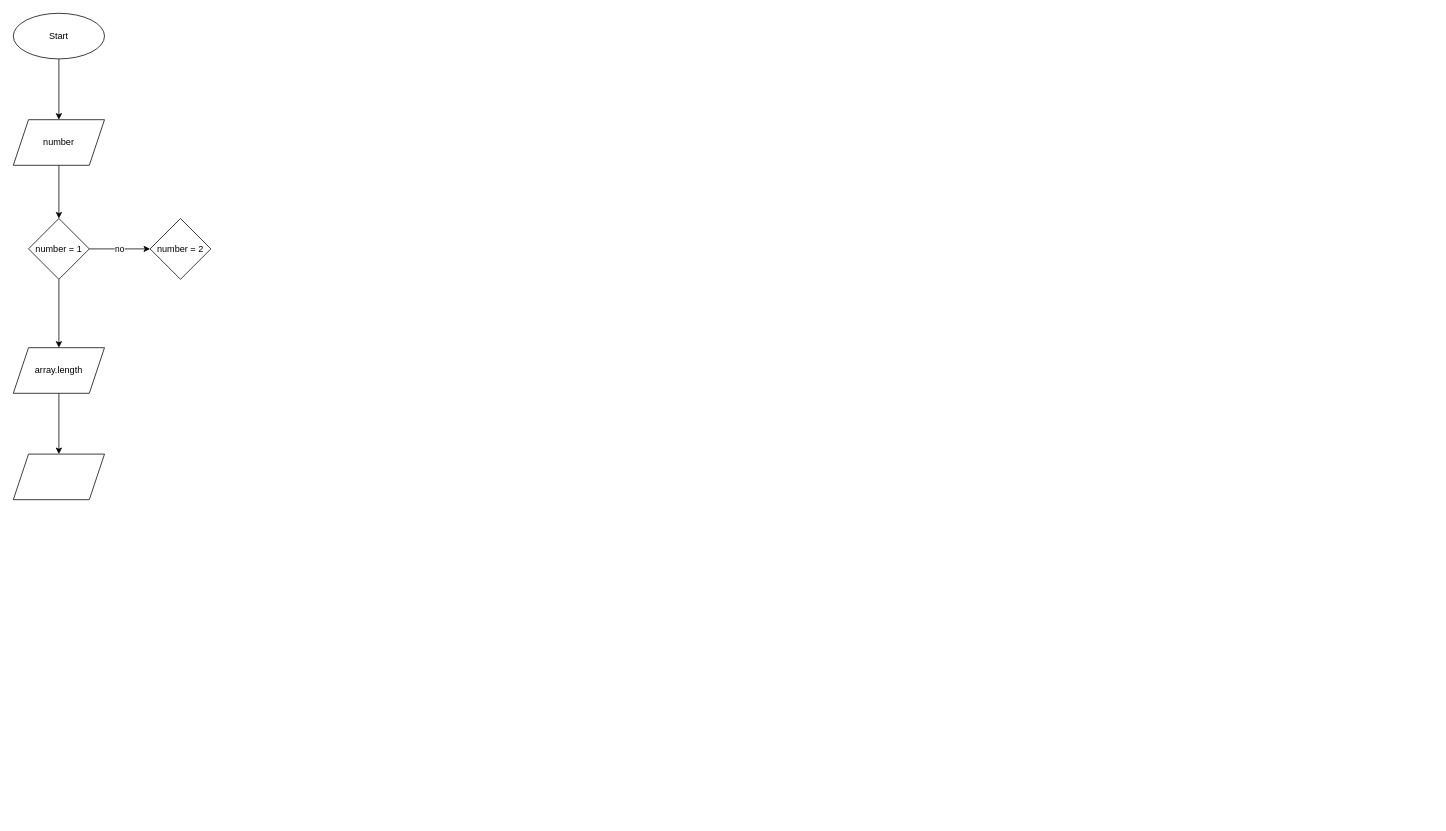
Above: task/flowchart.drawio in Fostix/FinalTestWork. (draw.io), before the change. Source tidied: cells renumbered, new cells numbered last; positions are measured from the earlier drawing's top-left corner, leaving out a move shared by most shapes. Both pictures are drawn from the tidied source at 76%, with x=0, y=0 at pixel (13, 13).
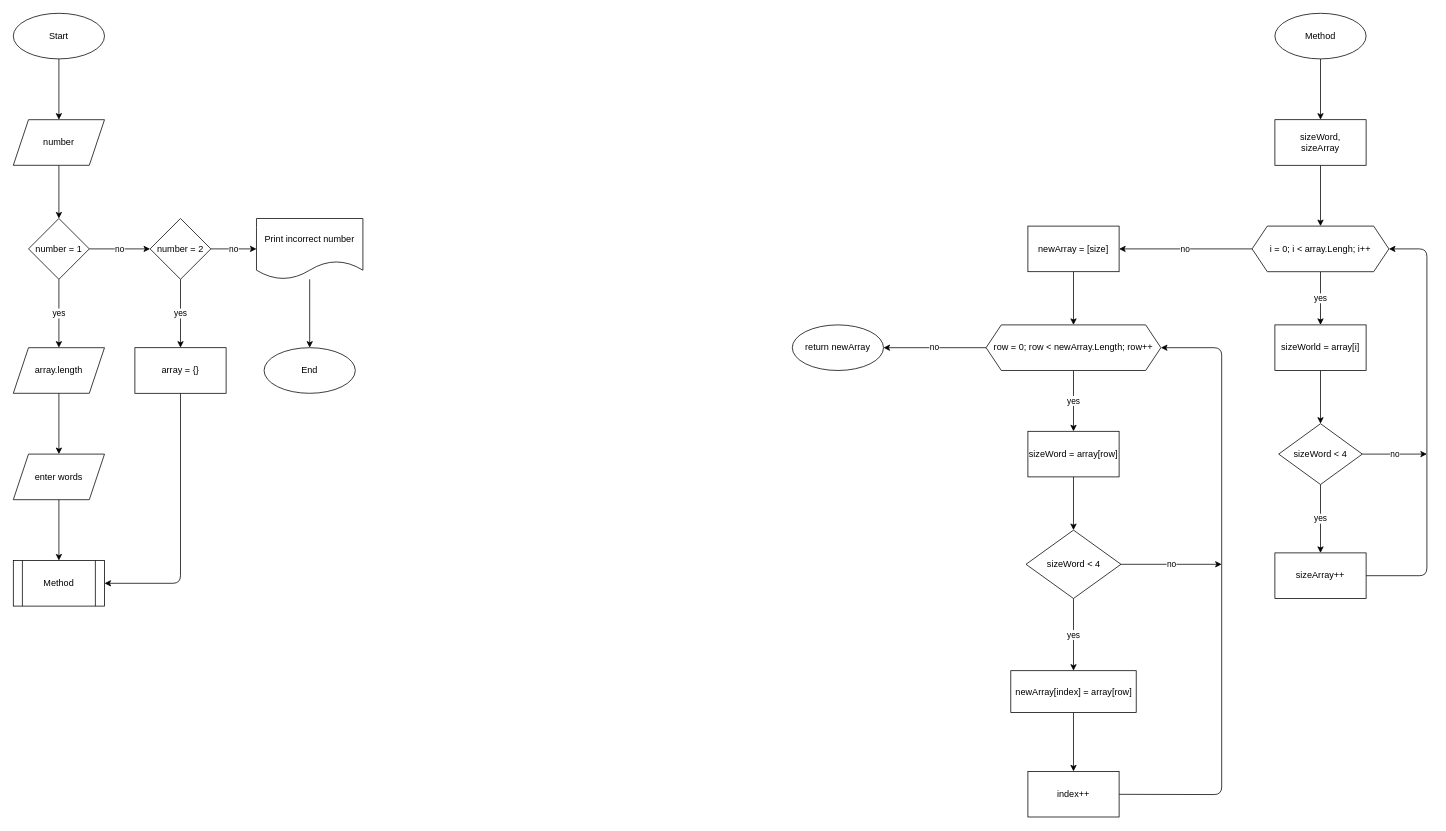
Above is the later version.

Commit message:
finished flowchart try in code

The change refers to these unchanged cells:
```xml
<mxCell id="8" value="number = 1" style="rhombus;whiteSpace=wrap;html=1;" parent="1" vertex="1">
  <mxGeometry x="20" y="270" width="80" height="80" as="geometry" />
</mxCell>
<mxCell id="9" value="number = 2" style="rhombus;whiteSpace=wrap;html=1;" parent="1" vertex="1">
  <mxGeometry x="180" y="270" width="80" height="80" as="geometry" />
</mxCell>
<mxCell id="11" value="array.length" style="shape=parallelogram;perimeter=parallelogramPerimeter;whiteSpace=wrap;html=1;fixedSize=1;" parent="1" vertex="1">
  <mxGeometry y="440" width="120" height="60" as="geometry" />
</mxCell>
```

What changed in the source:
```diff
@@
-    <mxCell id="7" style="edgeStyle=none;html=1;" parent="1" edge="1" source="8" target="11">
+    <mxCell id="7" value="yes" style="edgeStyle=none;html=1;" parent="1" edge="1" source="8" target="11">
       <mxGeometry relative="1" as="geometry" />
     </mxCell>
@@
+    <mxCell id="13" value="yes" style="edgeStyle=none;html=1;" parent="1" edge="1" source="9" target="17">
+      <mxGeometry relative="1" as="geometry" />
+    </mxCell>
+    <mxCell id="14" value="no" style="edgeStyle=none;html=1;" parent="1" edge="1" source="9" target="20">
+      <mxGeometry relative="1" as="geometry" />
+    </mxCell>
@@
+    <mxCell id="15" style="edgeStyle=none;html=1;" parent="1" edge="1" source="12" target="18">
+      <mxGeometry relative="1" as="geometry" />
+    </mxCell>
-    <mxCell id="12" style="shape=parallelogram;perimeter=parallelogramPerimeter;whiteSpace=wrap;html=1;fixedSize=1;" parent="1" vertex="1">
+    <mxCell id="12" value="enter words" style="shape=parallelogram;perimeter=parallelogramPerimeter;whiteSpace=wrap;html=1;fixedSize=1;" parent="1" vertex="1">
       <mxGeometry y="580" width="120" height="60" as="geometry" />
     </mxCell>
+    <mxCell id="16" style="edgeStyle=none;html=1;entryX=1;entryY=0.5;entryDx=0;entryDy=0;" parent="1" edge="1" source="17" target="18">
+      <mxGeometry relative="1" as="geometry">
+        <Array as="points">
+          <mxPoint x="220" y="750" />
+        </Array>
+      </mxGeometry>
+    </mxCell>
+    <mxCell id="17" value="array = {}" style="whiteSpace=wrap;html=1;" parent="1" vertex="1">
+      <mxGeometry x="160" y="440" width="120" height="60" as="geometry" />
+    </mxCell>
+    <mxCell id="18" value="Method" style="shape=process;whiteSpace=wrap;html=1;backgroundOutline=1;" parent="1" vertex="1">
+      <mxGeometry y="720" width="120" height="60" as="geometry" />
+    </mxCell>
+    <mxCell id="19" style="edgeStyle=none;html=1;" parent="1" edge="1" source="20" target="21">
+      <mxGeometry relative="1" as="geometry" />
+    </mxCell>
+    <mxCell id="20" value="Print incorrect number" style="shape=document;whiteSpace=wrap;html=1;boundedLbl=1;" parent="1" vertex="1">
+      <mxGeometry x="320" y="270" width="140" height="80" as="geometry" />
+    </mxCell>
+    <mxCell id="21" value="End" style="ellipse;whiteSpace=wrap;html=1;" parent="1" vertex="1">
+      <mxGeometry x="330" y="440" width="120" height="60" as="geometry" />
+    </mxCell>
+    <mxCell id="22" style="edgeStyle=none;html=1;" parent="1" edge="1" source="23" target="30">
+      <mxGeometry relative="1" as="geometry" />
+    </mxCell>
+    <mxCell id="23" value="Method" style="ellipse;whiteSpace=wrap;html=1;" parent="1" vertex="1">
+      <mxGeometry x="1660" width="120" height="60" as="geometry" />
+    </mxCell>
+    <mxCell id="24" value="yes" style="edgeStyle=none;html=1;" parent="1" edge="1" source="26" target="28">
+      <mxGeometry relative="1" as="geometry" />
+    </mxCell>
+    <mxCell id="25" value="no" style="edgeStyle=none;html=1;" parent="1" edge="1" source="26" target="37">
+      <mxGeometry relative="1" as="geometry" />
+    </mxCell>
+    <mxCell id="26" value="i = 0; i &amp;lt; array.Lengh; i++" style="shape=hexagon;perimeter=hexagonPerimeter2;whiteSpace=wrap;html=1;fixedSize=1;" parent="1" vertex="1">
+      <mxGeometry x="1630" y="280" width="180" height="60" as="geometry" />
+    </mxCell>
+    <mxCell id="27" style="edgeStyle=none;html=1;" parent="1" edge="1" source="28" target="33">
+      <mxGeometry relative="1" as="geometry" />
+    </mxCell>
+    <mxCell id="28" value="sizeWorld = array[i]" style="whiteSpace=wrap;html=1;" parent="1" vertex="1">
+      <mxGeometry x="1660" y="410" width="120" height="60" as="geometry" />
+    </mxCell>
+    <mxCell id="29" style="edgeStyle=none;html=1;" parent="1" edge="1" source="30" target="26">
+      <mxGeometry relative="1" as="geometry" />
+    </mxCell>
+    <mxCell id="30" value="sizeWord,&lt;br&gt;sizeArray" style="whiteSpace=wrap;html=1;" parent="1" vertex="1">
+      <mxGeometry x="1660" y="140" width="120" height="60" as="geometry" />
+    </mxCell>
+    <mxCell id="31" value="yes" style="edgeStyle=none;html=1;" parent="1" edge="1" source="33" target="35">
+      <mxGeometry relative="1" as="geometry" />
+    </mxCell>
+    <mxCell id="32" value="no" style="edgeStyle=none;html=1;" parent="1" edge="1" source="33">
+      <mxGeometry relative="1" as="geometry">
+        <mxPoint x="1860" y="580" as="targetPoint" />
+      </mxGeometry>
+    </mxCell>
+    <mxCell id="33" value="sizeWord &amp;lt; 4" style="rhombus;whiteSpace=wrap;html=1;" parent="1" vertex="1">
+      <mxGeometry x="1665" y="540" width="110" height="80" as="geometry" />
+    </mxCell>
+    <mxCell id="34" style="edgeStyle=none;html=1;entryX=1;entryY=0.5;entryDx=0;entryDy=0;" parent="1" edge="1" source="35" target="26">
+      <mxGeometry relative="1" as="geometry">
+        <Array as="points">
+          <mxPoint x="1860" y="740" />
+          <mxPoint x="1860" y="310" />
+        </Array>
+      </mxGeometry>
+    </mxCell>
+    <mxCell id="35" value="sizeArray++" style="whiteSpace=wrap;html=1;" parent="1" vertex="1">
+      <mxGeometry x="1660" y="710" width="120" height="60" as="geometry" />
+    </mxCell>
+    <mxCell id="36" style="edgeStyle=none;html=1;" parent="1" edge="1" source="37" target="40">
+      <mxGeometry relative="1" as="geometry" />
+    </mxCell>
+    <mxCell id="37" value="newArray = [size]" style="whiteSpace=wrap;html=1;" parent="1" vertex="1">
+      <mxGeometry x="1335" y="280" width="120" height="60" as="geometry" />
+    </mxCell>
+    <mxCell id="38" value="yes" style="edgeStyle=none;html=1;" parent="1" edge="1" source="40" target="42">
+      <mxGeometry relative="1" as="geometry" />
+    </mxCell>
+    <mxCell id="39" value="no" style="edgeStyle=none;html=1;" parent="1" edge="1" source="40" target="50">
+      <mxGeometry relative="1" as="geometry" />
+    </mxCell>
+    <mxCell id="40" value="row = 0; row &amp;lt; newArray.Length; row++" style="shape=hexagon;perimeter=hexagonPerimeter2;whiteSpace=wrap;html=1;fixedSize=1;" parent="1" vertex="1">
+      <mxGeometry x="1280" y="410" width="230" height="60" as="geometry" />
+    </mxCell>
+    <mxCell id="41" style="edgeStyle=none;html=1;" parent="1" edge="1" source="42" target="45">
+      <mxGeometry relative="1" as="geometry" />
+    </mxCell>
+    <mxCell id="42" value="sizeWord = array[row]" style="whiteSpace=wrap;html=1;" parent="1" vertex="1">
+      <mxGeometry x="1335" y="550" width="120" height="60" as="geometry" />
+    </mxCell>
+    <mxCell id="43" value="yes" style="edgeStyle=none;html=1;" parent="1" edge="1" source="45" target="47">
+      <mxGeometry relative="1" as="geometry" />
+    </mxCell>
+    <mxCell id="44" value="no" style="edgeStyle=none;html=1;" parent="1" edge="1" source="45">
+      <mxGeometry relative="1" as="geometry">
+        <mxPoint x="1590" y="725" as="targetPoint" />
+      </mxGeometry>
+    </mxCell>
+    <mxCell id="45" value="sizeWord &amp;lt; 4" style="rhombus;whiteSpace=wrap;html=1;" parent="1" vertex="1">
+      <mxGeometry x="1332.5" y="680" width="125" height="90" as="geometry" />
+    </mxCell>
+    <mxCell id="46" style="edgeStyle=none;html=1;" parent="1" edge="1" source="47" target="49">
+      <mxGeometry relative="1" as="geometry" />
+    </mxCell>
+    <mxCell id="47" value="newArray[index] = array[row]" style="whiteSpace=wrap;html=1;" parent="1" vertex="1">
+      <mxGeometry x="1312.5" y="865" width="165" height="55" as="geometry" />
+    </mxCell>
+    <mxCell id="48" style="edgeStyle=none;html=1;entryX=1;entryY=0.5;entryDx=0;entryDy=0;" parent="1" edge="1" source="49" target="40">
+      <mxGeometry relative="1" as="geometry">
+        <Array as="points">
+          <mxPoint x="1590" y="1028" />
+          <mxPoint x="1590" y="440" />
+        </Array>
+      </mxGeometry>
+    </mxCell>
+    <mxCell id="49" value="index++" style="whiteSpace=wrap;html=1;" parent="1" vertex="1">
+      <mxGeometry x="1335" y="997.5" width="120" height="60" as="geometry" />
+    </mxCell>
+    <mxCell id="50" value="return newArray" style="ellipse;whiteSpace=wrap;html=1;" parent="1" vertex="1">
+      <mxGeometry x="1025" y="410" width="120" height="60" as="geometry" />
+    </mxCell>
```
